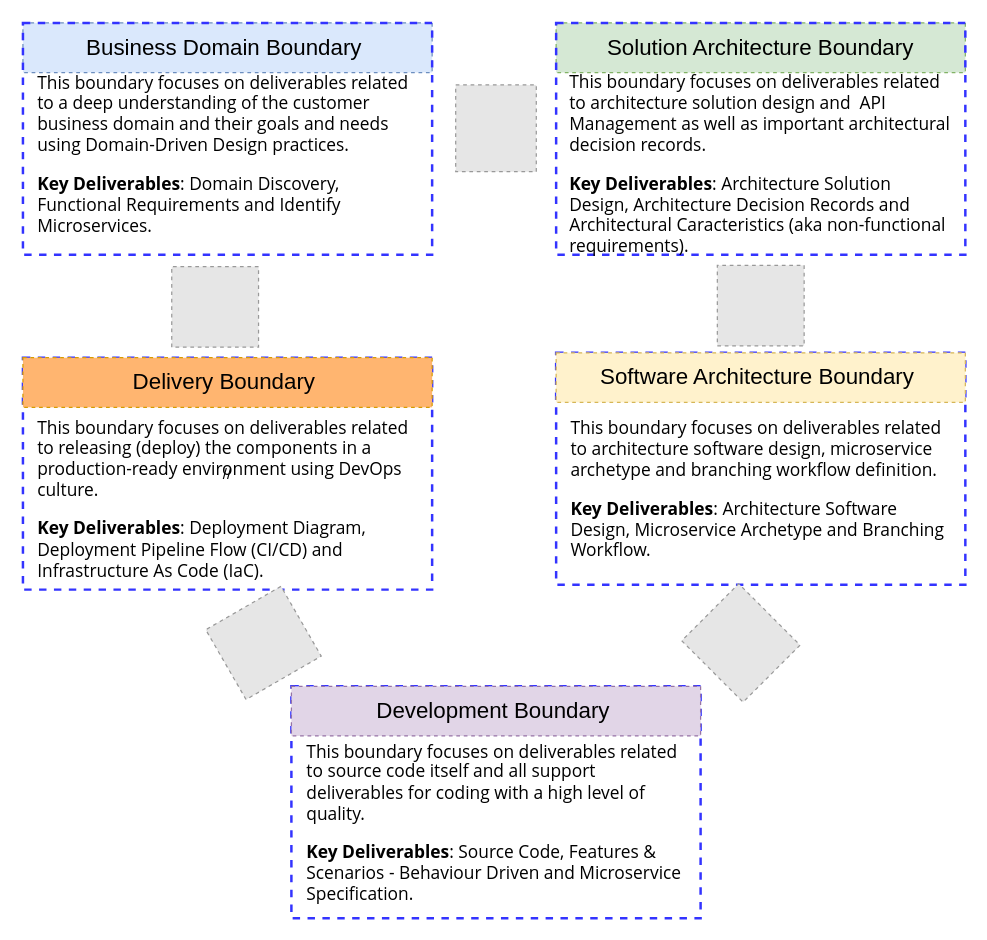
This is microservice-architecture-solution-framework/drawio/Microservice Architecture Solution Framework - Boundaries.drawio from rpicanco/MicroserviceArchitectureSolutionFramework, a draw.io file, before an edit. Source tidied: cells renumbered, new cells numbered last; positions are measured from the earlier drawing's top-left corner, leaving out a move shared by most shapes. Both pictures are drawn from the tidied source at 124%, with x=0, y=0 at pixel (22, 22). Pictures stored in the file or linked from it are replaced by grey dashed boxes.
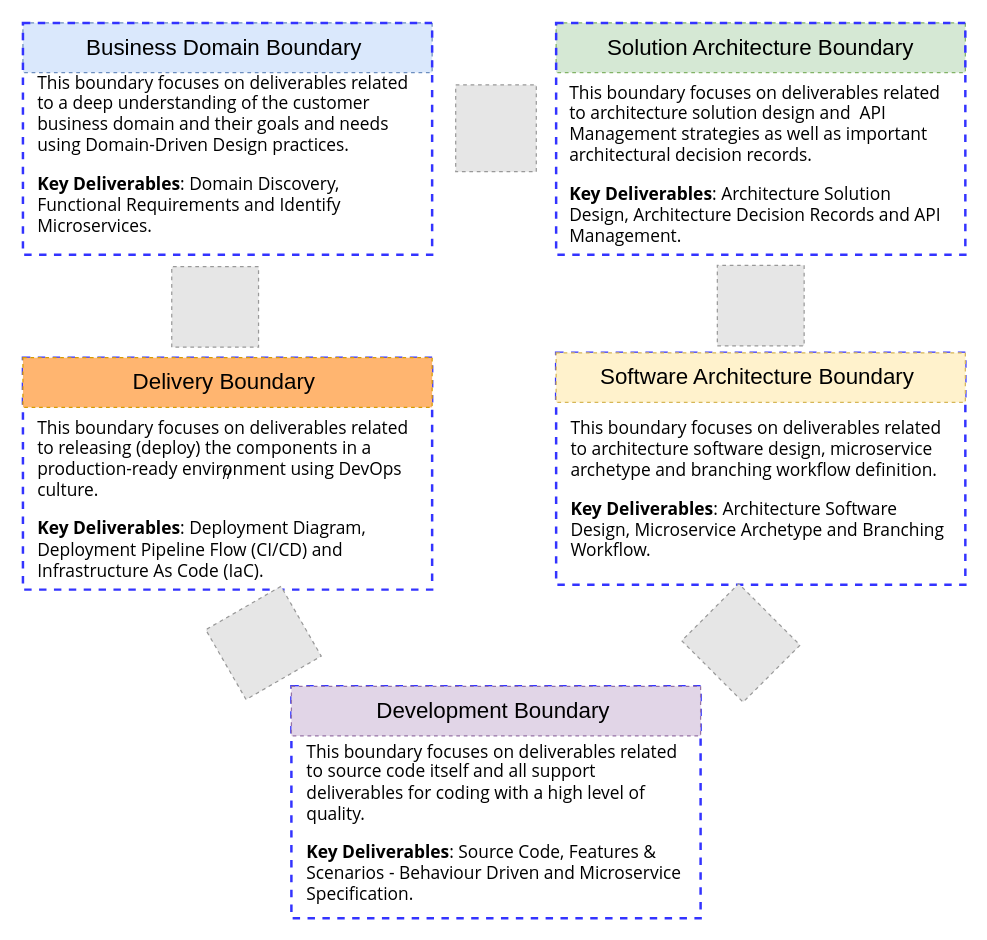
After the change.

Commit message (it also covers changes not shown here):
solution architecture deliverables

Diff of the diagram source:
```diff
@@
-    <mxCell id="8" value="&lt;font face=&quot;open sans, arial, sans-serif&quot;&gt;&lt;span style=&quot;font-size: 14px&quot;&gt;This boundary focuses on deliverables related to architecture solution design and&amp;nbsp; API Management&amp;nbsp;as well as important architectural decision records.&lt;/span&gt;&lt;/font&gt;&lt;br style=&quot;font-family: &amp;#34;open sans&amp;#34; , &amp;#34;arial&amp;#34; , sans-serif ; background-color: rgb(255 , 255 , 255)&quot;&gt;&lt;br style=&quot;font-family: &amp;#34;open sans&amp;#34; , &amp;#34;arial&amp;#34; , sans-serif ; background-color: rgb(255 , 255 , 255)&quot;&gt;&lt;span style=&quot;font-family: &amp;#34;open sans&amp;#34; , &amp;#34;arial&amp;#34; , sans-serif ; background-color: rgb(255 , 255 , 255) ; font-size: 14px&quot;&gt;&lt;b&gt;Key Deliverables&lt;/b&gt;:&amp;nbsp;&lt;/span&gt;&lt;font face=&quot;open sans, arial, sans-serif&quot;&gt;&lt;span style=&quot;font-size: 14px&quot;&gt;Architecture Solution Design, Architecture Decision Records and Architectural Caracteristics (aka non-functional requirements).&lt;/span&gt;&lt;/font&gt;" style="text;html=1;strokeColor=none;fillColor=none;align=left;verticalAlign=middle;whiteSpace=wrap;rounded=0;" parent="1" vertex="1">
+    <mxCell id="8" value="&lt;font face=&quot;open sans, arial, sans-serif&quot;&gt;&lt;span style=&quot;font-size: 14px&quot;&gt;This boundary focuses on deliverables related to architecture solution design and&amp;nbsp; API Management strategies as well as important architectural decision records.&lt;/span&gt;&lt;/font&gt;&lt;br style=&quot;font-family: &amp;#34;open sans&amp;#34; , &amp;#34;arial&amp;#34; , sans-serif ; background-color: rgb(255 , 255 , 255)&quot;&gt;&lt;br style=&quot;font-family: &amp;#34;open sans&amp;#34; , &amp;#34;arial&amp;#34; , sans-serif ; background-color: rgb(255 , 255 , 255)&quot;&gt;&lt;span style=&quot;font-family: &amp;#34;open sans&amp;#34; , &amp;#34;arial&amp;#34; , sans-serif ; background-color: rgb(255 , 255 , 255) ; font-size: 14px&quot;&gt;&lt;b&gt;Key Deliverables&lt;/b&gt;:&amp;nbsp;&lt;/span&gt;&lt;font face=&quot;open sans, arial, sans-serif&quot;&gt;&lt;span style=&quot;font-size: 14px&quot;&gt;Architecture Solution Design, Architecture Decision Records and API Management.&lt;/span&gt;&lt;/font&gt;" style="text;html=1;strokeColor=none;fillColor=none;align=left;verticalAlign=middle;whiteSpace=wrap;rounded=0;" parent="1" vertex="1">
       <mxGeometry x="439" y="44" width="311" height="139" as="geometry" />
     </mxCell>
```
